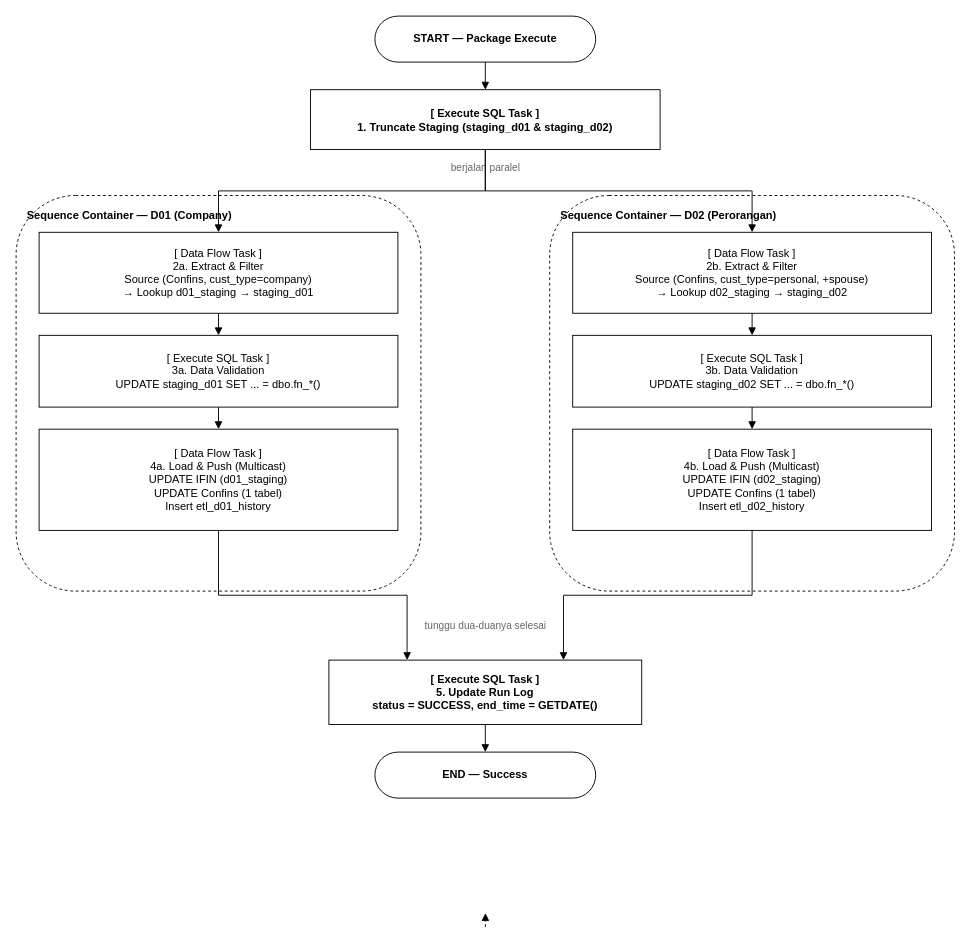
This is diagrams/slik-process-flow.drawio from mcellina/flow_process_1, a draw.io file, before an edit. Source tidied: cells renumbered, new cells numbered last; positions are measured from the earlier drawing's top-left corner, leaving out a move shared by most shapes. Both pictures are drawn from the tidied source at 92%, with x=0, y=0 at pixel (16, 16).
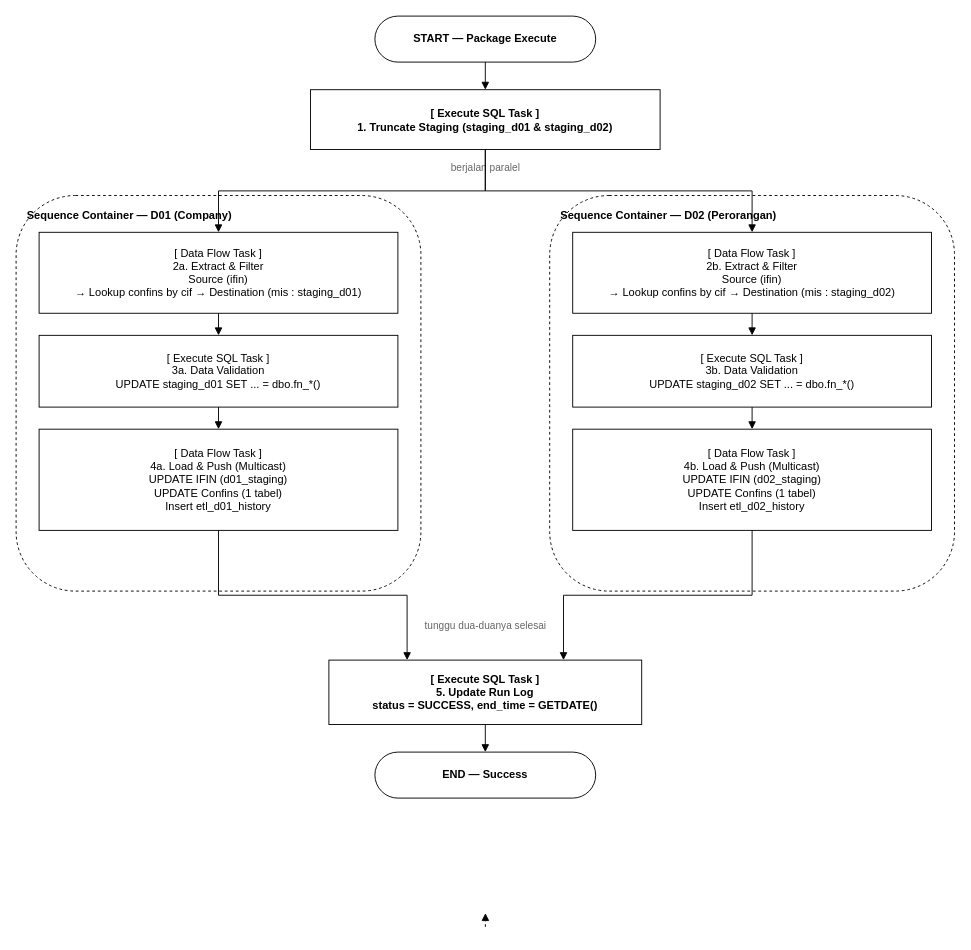
The same diagram, later.

Commit message:
Fix stale Source (Confins) wording in the drawio process flow

The .html/.jpg were already corrected to "Source (ifin) -> Lookup
confins by cif" earlier, but the .drawio export was never updated to
match, so opening it in diagrams.net still showed the old wording.

Claude-Session: https://claude.ai/code/session_014C9kGdJkWi39x56LKuje1F

Diff of the diagram source:
```diff
@@
-    <mxCell id="6" value="[ Data Flow Task ]&#10;2a. Extract &amp; Filter&#10;Source (Confins, cust_type=company)&#10;→ Lookup d01_staging → staging_d01" style="rounded=0;whiteSpace=wrap;html=1;align=center;verticalAlign=middle;spacing=4;" parent="1" vertex="1">
+    <mxCell id="6" value="[ Data Flow Task ]&#10;2a. Extract &amp; Filter&#10;Source (ifin)&#10;→ Lookup confins by cif → Destination (mis : staging_d01)" style="rounded=0;whiteSpace=wrap;html=1;align=center;verticalAlign=middle;spacing=4;" parent="1" vertex="1">
       <mxGeometry x="25" y="235" width="390" height="88" as="geometry" />
     </mxCell>
@@
-    <mxCell id="10" value="[ Data Flow Task ]&#10;2b. Extract &amp; Filter&#10;Source (Confins, cust_type=personal, +spouse)&#10;→ Lookup d02_staging → staging_d02" style="rounded=0;whiteSpace=wrap;html=1;align=center;verticalAlign=middle;spacing=4;" parent="1" vertex="1">
+    <mxCell id="10" value="[ Data Flow Task ]&#10;2b. Extract &amp; Filter&#10;Source (ifin)&#10;→ Lookup confins by cif → Destination (mis : staging_d02)" style="rounded=0;whiteSpace=wrap;html=1;align=center;verticalAlign=middle;spacing=4;" parent="1" vertex="1">
       <mxGeometry x="605" y="235" width="390" height="88" as="geometry" />
     </mxCell>
```
